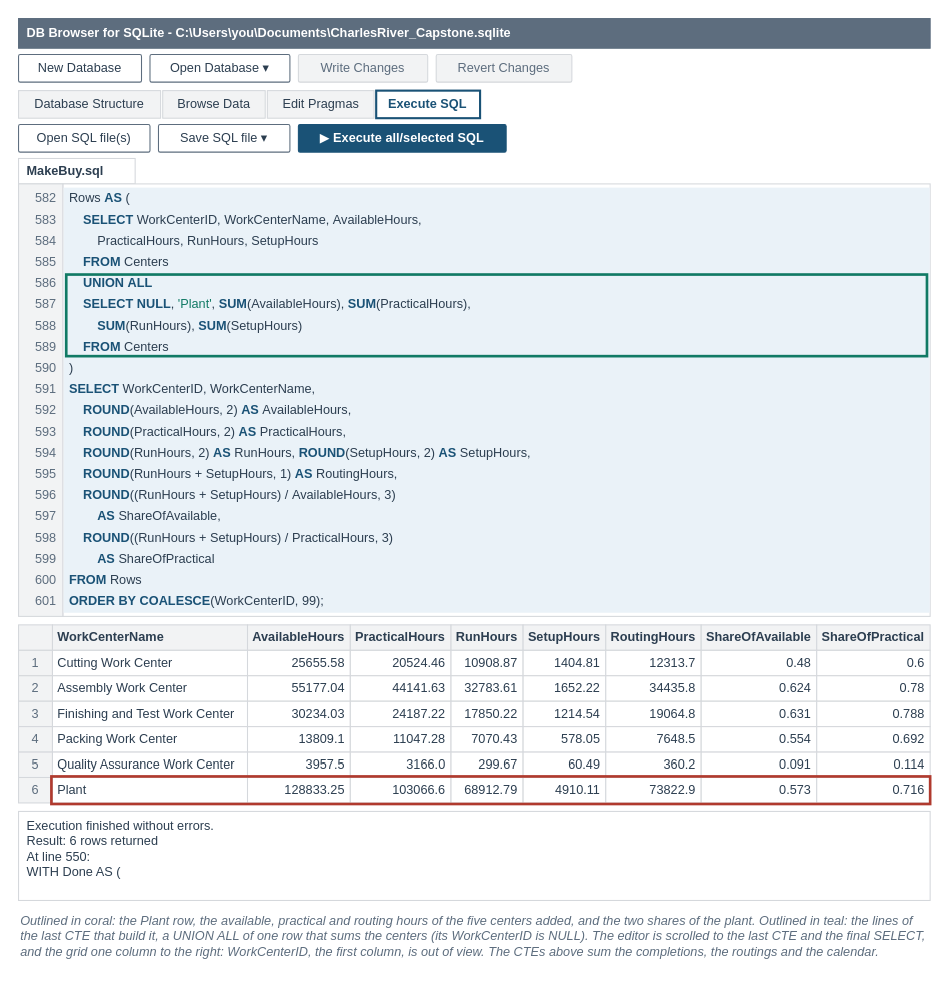
Above: facts/instructor/figures/chapter-18-make-buy-or-reprice/IF-18-3-A.drawio in mmcodesso/Accounting_Analytics_Book (draw.io), before the change. Source tidied: cells renumbered, new cells numbered last; positions are measured from the earlier drawing's top-left corner, leaving out a move shared by most shapes. Both pictures are drawn from the tidied source at 106%, with x=0, y=0 at pixel (18, 18).
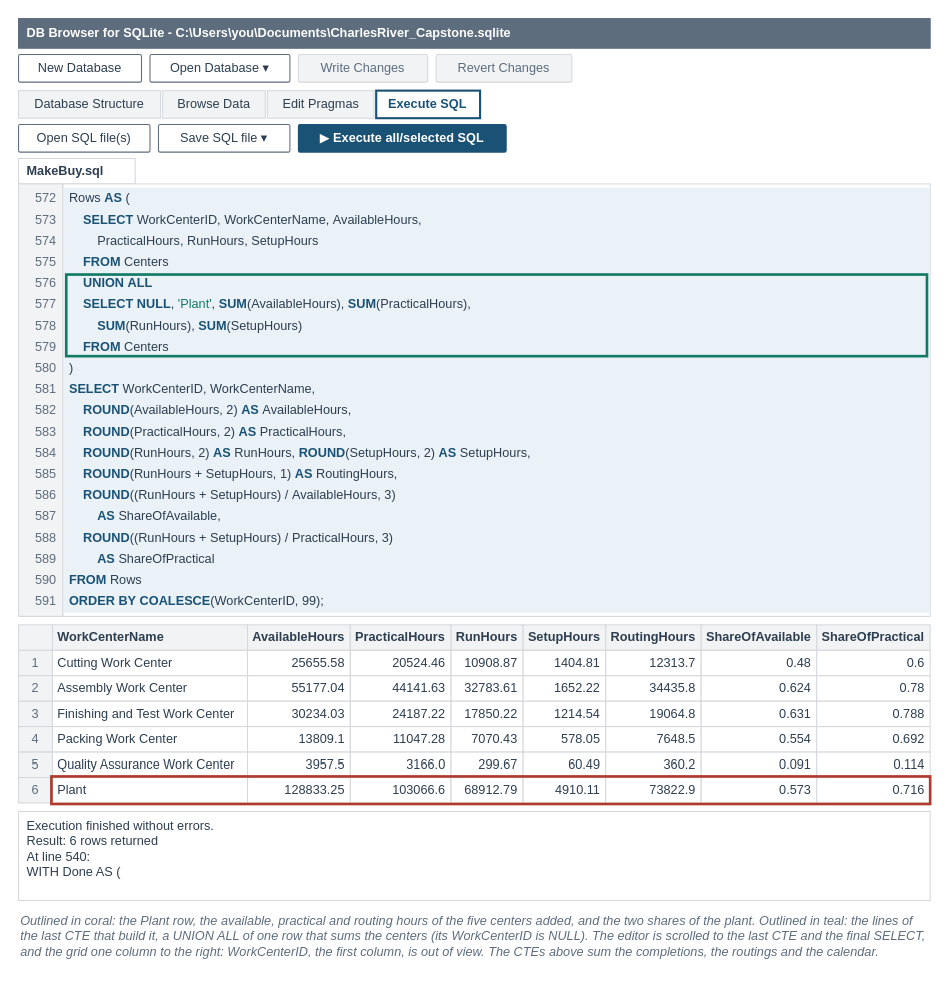
Above is the later version.

The edit, as a diff of the source:
```diff
@@
-    <mxCell id="19" value="582" style="text;html=1;whiteSpace=wrap;align=right;verticalAlign=middle;fontSize=12;fontColor=#5D6D7E;fontStyle=0;fontFamily=Helvetica;spacing=2;fillColor=none;strokeColor=none;" parent="1" vertex="1">
+    <mxCell id="19" value="572" style="text;html=1;whiteSpace=wrap;align=right;verticalAlign=middle;fontSize=12;fontColor=#5D6D7E;fontStyle=0;fontFamily=Helvetica;spacing=2;fillColor=none;strokeColor=none;" parent="1" vertex="1">
       <mxGeometry y="160" width="38" height="20" as="geometry" />
     </mxCell>
@@
-    <mxCell id="21" value="583" style="text;html=1;whiteSpace=wrap;align=right;verticalAlign=middle;fontSize=12;fontColor=#5D6D7E;fontStyle=0;fontFamily=Helvetica;spacing=2;fillColor=none;strokeColor=none;" parent="1" vertex="1">
+    <mxCell id="21" value="573" style="text;html=1;whiteSpace=wrap;align=right;verticalAlign=middle;fontSize=12;fontColor=#5D6D7E;fontStyle=0;fontFamily=Helvetica;spacing=2;fillColor=none;strokeColor=none;" parent="1" vertex="1">
       <mxGeometry y="180" width="38" height="20" as="geometry" />
     </mxCell>
@@
-    <mxCell id="23" value="584" style="text;html=1;whiteSpace=wrap;align=right;verticalAlign=middle;fontSize=12;fontColor=#5D6D7E;fontStyle=0;fontFamily=Helvetica;spacing=2;fillColor=none;strokeColor=none;" parent="1" vertex="1">
+    <mxCell id="23" value="574" style="text;html=1;whiteSpace=wrap;align=right;verticalAlign=middle;fontSize=12;fontColor=#5D6D7E;fontStyle=0;fontFamily=Helvetica;spacing=2;fillColor=none;strokeColor=none;" parent="1" vertex="1">
       <mxGeometry y="200" width="38" height="20" as="geometry" />
     </mxCell>
@@
-    <mxCell id="25" value="585" style="text;html=1;whiteSpace=wrap;align=right;verticalAlign=middle;fontSize=12;fontColor=#5D6D7E;fontStyle=0;fontFamily=Helvetica;spacing=2;fillColor=none;strokeColor=none;" parent="1" vertex="1">
+    <mxCell id="25" value="575" style="text;html=1;whiteSpace=wrap;align=right;verticalAlign=middle;fontSize=12;fontColor=#5D6D7E;fontStyle=0;fontFamily=Helvetica;spacing=2;fillColor=none;strokeColor=none;" parent="1" vertex="1">
       <mxGeometry y="220" width="38" height="20" as="geometry" />
     </mxCell>
@@
-    <mxCell id="27" value="586" style="text;html=1;whiteSpace=wrap;align=right;verticalAlign=middle;fontSize=12;fontColor=#5D6D7E;fontStyle=0;fontFamily=Helvetica;spacing=2;fillColor=none;strokeColor=none;" parent="1" vertex="1">
+    <mxCell id="27" value="576" style="text;html=1;whiteSpace=wrap;align=right;verticalAlign=middle;fontSize=12;fontColor=#5D6D7E;fontStyle=0;fontFamily=Helvetica;spacing=2;fillColor=none;strokeColor=none;" parent="1" vertex="1">
       <mxGeometry y="240" width="38" height="20" as="geometry" />
     </mxCell>
@@
-    <mxCell id="29" value="587" style="text;html=1;whiteSpace=wrap;align=right;verticalAlign=middle;fontSize=12;fontColor=#5D6D7E;fontStyle=0;fontFamily=Helvetica;spacing=2;fillColor=none;strokeColor=none;" parent="1" vertex="1">
+    <mxCell id="29" value="577" style="text;html=1;whiteSpace=wrap;align=right;verticalAlign=middle;fontSize=12;fontColor=#5D6D7E;fontStyle=0;fontFamily=Helvetica;spacing=2;fillColor=none;strokeColor=none;" parent="1" vertex="1">
       <mxGeometry y="260" width="38" height="20" as="geometry" />
     </mxCell>
@@
-    <mxCell id="31" value="588" style="text;html=1;whiteSpace=wrap;align=right;verticalAlign=middle;fontSize=12;fontColor=#5D6D7E;fontStyle=0;fontFamily=Helvetica;spacing=2;fillColor=none;strokeColor=none;" parent="1" vertex="1">
+    <mxCell id="31" value="578" style="text;html=1;whiteSpace=wrap;align=right;verticalAlign=middle;fontSize=12;fontColor=#5D6D7E;fontStyle=0;fontFamily=Helvetica;spacing=2;fillColor=none;strokeColor=none;" parent="1" vertex="1">
       <mxGeometry y="280" width="38" height="20" as="geometry" />
     </mxCell>
@@
-    <mxCell id="33" value="589" style="text;html=1;whiteSpace=wrap;align=right;verticalAlign=middle;fontSize=12;fontColor=#5D6D7E;fontStyle=0;fontFamily=Helvetica;spacing=2;fillColor=none;strokeColor=none;" parent="1" vertex="1">
+    <mxCell id="33" value="579" style="text;html=1;whiteSpace=wrap;align=right;verticalAlign=middle;fontSize=12;fontColor=#5D6D7E;fontStyle=0;fontFamily=Helvetica;spacing=2;fillColor=none;strokeColor=none;" parent="1" vertex="1">
       <mxGeometry y="300" width="38" height="20" as="geometry" />
     </mxCell>
@@
-    <mxCell id="35" value="590" style="text;html=1;whiteSpace=wrap;align=right;verticalAlign=middle;fontSize=12;fontColor=#5D6D7E;fontStyle=0;fontFamily=Helvetica;spacing=2;fillColor=none;strokeColor=none;" parent="1" vertex="1">
+    <mxCell id="35" value="580" style="text;html=1;whiteSpace=wrap;align=right;verticalAlign=middle;fontSize=12;fontColor=#5D6D7E;fontStyle=0;fontFamily=Helvetica;spacing=2;fillColor=none;strokeColor=none;" parent="1" vertex="1">
       <mxGeometry y="320" width="38" height="20" as="geometry" />
     </mxCell>
@@
-    <mxCell id="37" value="591" style="text;html=1;whiteSpace=wrap;align=right;verticalAlign=middle;fontSize=12;fontColor=#5D6D7E;fontStyle=0;fontFamily=Helvetica;spacing=2;fillColor=none;strokeColor=none;" parent="1" vertex="1">
+    <mxCell id="37" value="581" style="text;html=1;whiteSpace=wrap;align=right;verticalAlign=middle;fontSize=12;fontColor=#5D6D7E;fontStyle=0;fontFamily=Helvetica;spacing=2;fillColor=none;strokeColor=none;" parent="1" vertex="1">
       <mxGeometry y="340" width="38" height="20" as="geometry" />
     </mxCell>
@@
-    <mxCell id="39" value="592" style="text;html=1;whiteSpace=wrap;align=right;verticalAlign=middle;fontSize=12;fontColor=#5D6D7E;fontStyle=0;fontFamily=Helvetica;spacing=2;fillColor=none;strokeColor=none;" parent="1" vertex="1">
+    <mxCell id="39" value="582" style="text;html=1;whiteSpace=wrap;align=right;verticalAlign=middle;fontSize=12;fontColor=#5D6D7E;fontStyle=0;fontFamily=Helvetica;spacing=2;fillColor=none;strokeColor=none;" parent="1" vertex="1">
       <mxGeometry y="360" width="38" height="20" as="geometry" />
     </mxCell>
@@
-    <mxCell id="41" value="593" style="text;html=1;whiteSpace=wrap;align=right;verticalAlign=middle;fontSize=12;fontColor=#5D6D7E;fontStyle=0;fontFamily=Helvetica;spacing=2;fillColor=none;strokeColor=none;" parent="1" vertex="1">
+    <mxCell id="41" value="583" style="text;html=1;whiteSpace=wrap;align=right;verticalAlign=middle;fontSize=12;fontColor=#5D6D7E;fontStyle=0;fontFamily=Helvetica;spacing=2;fillColor=none;strokeColor=none;" parent="1" vertex="1">
       <mxGeometry y="380" width="38" height="20" as="geometry" />
     </mxCell>
@@
-    <mxCell id="43" value="594" style="text;html=1;whiteSpace=wrap;align=right;verticalAlign=middle;fontSize=12;fontColor=#5D6D7E;fontStyle=0;fontFamily=Helvetica;spacing=2;fillColor=none;strokeColor=none;" parent="1" vertex="1">
+    <mxCell id="43" value="584" style="text;html=1;whiteSpace=wrap;align=right;verticalAlign=middle;fontSize=12;fontColor=#5D6D7E;fontStyle=0;fontFamily=Helvetica;spacing=2;fillColor=none;strokeColor=none;" parent="1" vertex="1">
       <mxGeometry y="400" width="38" height="20" as="geometry" />
     </mxCell>
@@
-    <mxCell id="45" value="595" style="text;html=1;whiteSpace=wrap;align=right;verticalAlign=middle;fontSize=12;fontColor=#5D6D7E;fontStyle=0;fontFamily=Helvetica;spacing=2;fillColor=none;strokeColor=none;" parent="1" vertex="1">
+    <mxCell id="45" value="585" style="text;html=1;whiteSpace=wrap;align=right;verticalAlign=middle;fontSize=12;fontColor=#5D6D7E;fontStyle=0;fontFamily=Helvetica;spacing=2;fillColor=none;strokeColor=none;" parent="1" vertex="1">
       <mxGeometry y="420" width="38" height="20" as="geometry" />
     </mxCell>
@@
-    <mxCell id="47" value="596" style="text;html=1;whiteSpace=wrap;align=right;verticalAlign=middle;fontSize=12;fontColor=#5D6D7E;fontStyle=0;fontFamily=Helvetica;spacing=2;fillColor=none;strokeColor=none;" parent="1" vertex="1">
+    <mxCell id="47" value="586" style="text;html=1;whiteSpace=wrap;align=right;verticalAlign=middle;fontSize=12;fontColor=#5D6D7E;fontStyle=0;fontFamily=Helvetica;spacing=2;fillColor=none;strokeColor=none;" parent="1" vertex="1">
       <mxGeometry y="440" width="38" height="20" as="geometry" />
     </mxCell>
@@
-    <mxCell id="49" value="597" style="text;html=1;whiteSpace=wrap;align=right;verticalAlign=middle;fontSize=12;fontColor=#5D6D7E;fontStyle=0;fontFamily=Helvetica;spacing=2;fillColor=none;strokeColor=none;" parent="1" vertex="1">
+    <mxCell id="49" value="587" style="text;html=1;whiteSpace=wrap;align=right;verticalAlign=middle;fontSize=12;fontColor=#5D6D7E;fontStyle=0;fontFamily=Helvetica;spacing=2;fillColor=none;strokeColor=none;" parent="1" vertex="1">
       <mxGeometry y="460" width="38" height="20" as="geometry" />
     </mxCell>
@@
-    <mxCell id="51" value="598" style="text;html=1;whiteSpace=wrap;align=right;verticalAlign=middle;fontSize=12;fontColor=#5D6D7E;fontStyle=0;fontFamily=Helvetica;spacing=2;fillColor=none;strokeColor=none;" parent="1" vertex="1">
+    <mxCell id="51" value="588" style="text;html=1;whiteSpace=wrap;align=right;verticalAlign=middle;fontSize=12;fontColor=#5D6D7E;fontStyle=0;fontFamily=Helvetica;spacing=2;fillColor=none;strokeColor=none;" parent="1" vertex="1">
       <mxGeometry y="480" width="38" height="20" as="geometry" />
     </mxCell>
@@
-    <mxCell id="53" value="599" style="text;html=1;whiteSpace=wrap;align=right;verticalAlign=middle;fontSize=12;fontColor=#5D6D7E;fontStyle=0;fontFamily=Helvetica;spacing=2;fillColor=none;strokeColor=none;" parent="1" vertex="1">
+    <mxCell id="53" value="589" style="text;html=1;whiteSpace=wrap;align=right;verticalAlign=middle;fontSize=12;fontColor=#5D6D7E;fontStyle=0;fontFamily=Helvetica;spacing=2;fillColor=none;strokeColor=none;" parent="1" vertex="1">
       <mxGeometry y="500" width="38" height="20" as="geometry" />
     </mxCell>
@@
-    <mxCell id="55" value="600" style="text;html=1;whiteSpace=wrap;align=right;verticalAlign=middle;fontSize=12;fontColor=#5D6D7E;fontStyle=0;fontFamily=Helvetica;spacing=2;fillColor=none;strokeColor=none;" parent="1" vertex="1">
+    <mxCell id="55" value="590" style="text;html=1;whiteSpace=wrap;align=right;verticalAlign=middle;fontSize=12;fontColor=#5D6D7E;fontStyle=0;fontFamily=Helvetica;spacing=2;fillColor=none;strokeColor=none;" parent="1" vertex="1">
       <mxGeometry y="520" width="38" height="20" as="geometry" />
     </mxCell>
@@
-    <mxCell id="57" value="601" style="text;html=1;whiteSpace=wrap;align=right;verticalAlign=middle;fontSize=12;fontColor=#5D6D7E;fontStyle=0;fontFamily=Helvetica;spacing=2;fillColor=none;strokeColor=none;" parent="1" vertex="1">
+    <mxCell id="57" value="591" style="text;html=1;whiteSpace=wrap;align=right;verticalAlign=middle;fontSize=12;fontColor=#5D6D7E;fontStyle=0;fontFamily=Helvetica;spacing=2;fillColor=none;strokeColor=none;" parent="1" vertex="1">
       <mxGeometry y="540" width="38" height="20" as="geometry" />
     </mxCell>
@@
-    <mxCell id="122" value="Execution finished without errors.&lt;br&gt;Result: 6 rows returned&lt;br&gt;At line 550:&lt;br&gt;WITH Done AS (" style="rounded=0;arcSize=6;whiteSpace=wrap;html=1;fillColor=#FFFFFF;strokeColor=#D5D8DC;strokeWidth=1;fontColor=#2C3E50;fontSize=12;fontStyle=0;align=left;verticalAlign=top;fontFamily=Helvetica;spacingLeft=6;spacingRight=6;" parent="1" vertex="1">
+    <mxCell id="122" value="Execution finished without errors.&lt;br&gt;Result: 6 rows returned&lt;br&gt;At line 540:&lt;br&gt;WITH Done AS (" style="rounded=0;arcSize=6;whiteSpace=wrap;html=1;fillColor=#FFFFFF;strokeColor=#D5D8DC;strokeWidth=1;fontColor=#2C3E50;fontSize=12;fontStyle=0;align=left;verticalAlign=top;fontFamily=Helvetica;spacingLeft=6;spacingRight=6;" parent="1" vertex="1">
       <mxGeometry y="748" width="860" height="84" as="geometry" />
     </mxCell>
```
